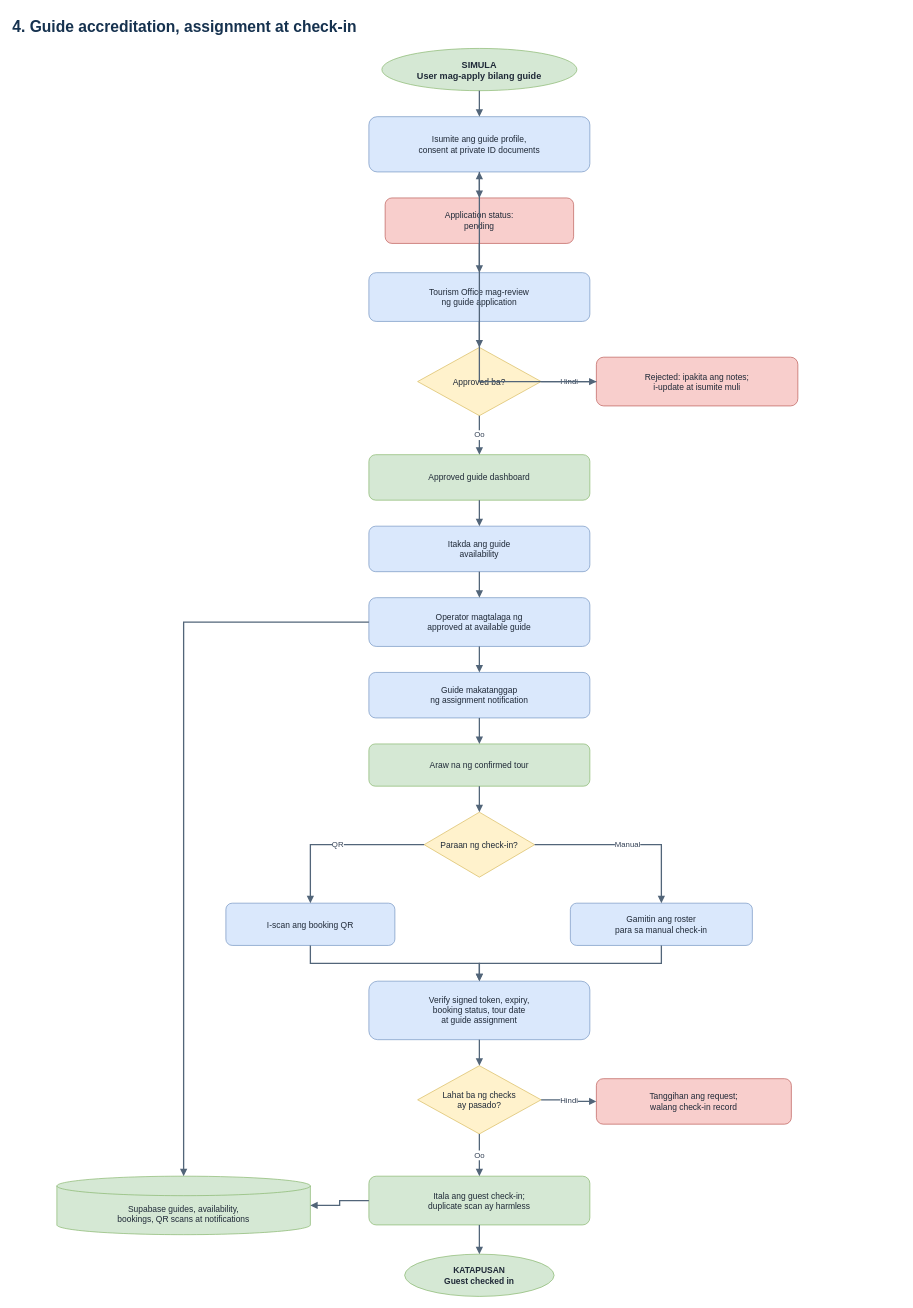
Earlier version of the draw.io diagram page "04 Guide Workflow" (4 of 6) of docs/CONNECT_DAET_SYSTEM_FLOWCHART.drawio (MarkBarrios19/daet-connect.ph). Source tidied: cells renumbered, new cells numbered last; positions are measured from the earlier drawing's top-left corner, leaving out a move shared by most shapes. Both pictures are drawn from the tidied source at 65%, with x=0, y=0 at pixel (11, 11).
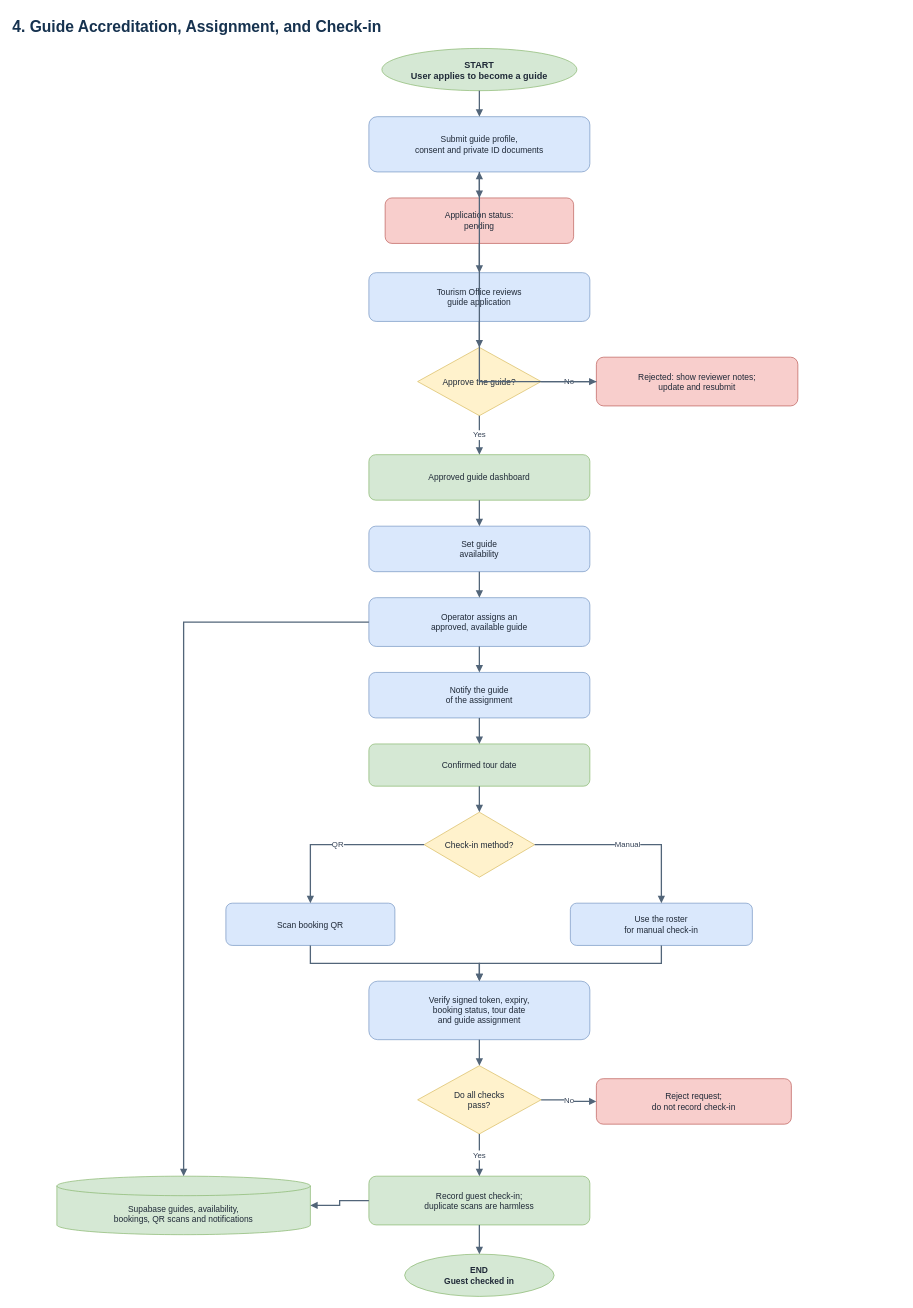
The same page after the edit.

The change refers to these unchanged cells:
```xml
<mxCell id="9" value="Approved guide dashboard" style="rounded=1;whiteSpace=wrap;html=1;fillColor=#d5e8d4;strokeColor=#82b366;fontColor=#1f2937;fontSize=13;align=center;verticalAlign=middle;spacing=8;" parent="1" vertex="1">
  <mxGeometry x="550" y="682" width="340" height="70" as="geometry" />
</mxCell>
```

What changed in the source:
```diff
@@
-    <mxCell id="2" value="4. Guide accreditation, assignment at check-in" style="text;html=1;align=left;verticalAlign=middle;fontSize=24;fontStyle=1;fontColor=#16324f;whiteSpace=wrap;" parent="1" vertex="1">
+    <mxCell id="2" value="4. Guide Accreditation, Assignment, and Check-in" style="text;html=1;align=left;verticalAlign=middle;fontSize=24;fontStyle=1;fontColor=#16324f;whiteSpace=wrap;" parent="1" vertex="1">
       <mxGeometry width="1370" height="48" as="geometry" />
     </mxCell>
-    <mxCell id="3" value="SIMULA&lt;br&gt;User mag-apply bilang guide" style="ellipse;whiteSpace=wrap;html=1;fillColor=#d5e8d4;strokeColor=#82b366;fontColor=#1f2937;fontSize=14;fontStyle=1;align=center;verticalAlign=middle;spacing=8;" parent="1" vertex="1">
+    <mxCell id="3" value="START&lt;br&gt;User applies to become a guide" style="ellipse;whiteSpace=wrap;html=1;fillColor=#d5e8d4;strokeColor=#82b366;fontColor=#1f2937;fontSize=14;fontStyle=1;align=center;verticalAlign=middle;spacing=8;" parent="1" vertex="1">
       <mxGeometry x="570" y="57" width="300" height="65" as="geometry" />
     </mxCell>
-    <mxCell id="4" value="Isumite ang guide profile,&lt;br&gt;consent at private ID documents" style="rounded=1;whiteSpace=wrap;html=1;fillColor=#dae8fc;strokeColor=#6c8ebf;fontColor=#1f2937;fontSize=13;align=center;verticalAlign=middle;spacing=8;" parent="1" vertex="1">
+    <mxCell id="4" value="Submit guide profile,&lt;br&gt;consent and private ID documents" style="rounded=1;whiteSpace=wrap;html=1;fillColor=#dae8fc;strokeColor=#6c8ebf;fontColor=#1f2937;fontSize=13;align=center;verticalAlign=middle;spacing=8;" parent="1" vertex="1">
       <mxGeometry x="550" y="162" width="340" height="85" as="geometry" />
     </mxCell>
@@
-    <mxCell id="6" value="Tourism Office mag-review&lt;br&gt;ng guide application" style="rounded=1;whiteSpace=wrap;html=1;fillColor=#dae8fc;strokeColor=#6c8ebf;fontColor=#1f2937;fontSize=13;align=center;verticalAlign=middle;spacing=8;" parent="1" vertex="1">
+    <mxCell id="6" value="Tourism Office reviews&lt;br&gt;guide application" style="rounded=1;whiteSpace=wrap;html=1;fillColor=#dae8fc;strokeColor=#6c8ebf;fontColor=#1f2937;fontSize=13;align=center;verticalAlign=middle;spacing=8;" parent="1" vertex="1">
       <mxGeometry x="550" y="402" width="340" height="75" as="geometry" />
     </mxCell>
-    <mxCell id="7" value="Approved ba?" style="rhombus;whiteSpace=wrap;html=1;fillColor=#fff2cc;strokeColor=#d6b656;fontColor=#1f2937;fontSize=13;align=center;verticalAlign=middle;spacing=6;" parent="1" vertex="1">
+    <mxCell id="7" value="Approve the guide?" style="rhombus;whiteSpace=wrap;html=1;fillColor=#fff2cc;strokeColor=#d6b656;fontColor=#1f2937;fontSize=13;align=center;verticalAlign=middle;spacing=6;" parent="1" vertex="1">
       <mxGeometry x="625" y="517" width="190" height="105" as="geometry" />
     </mxCell>
-    <mxCell id="8" value="Rejected: ipakita ang notes;&lt;br&gt;i-update at isumite muli" style="rounded=1;whiteSpace=wrap;html=1;fillColor=#f8cecc;strokeColor=#b85450;fontColor=#1f2937;fontSize=13;align=center;verticalAlign=middle;spacing=8;" parent="1" vertex="1">
+    <mxCell id="8" value="Rejected: show reviewer notes;&lt;br&gt;update and resubmit" style="rounded=1;whiteSpace=wrap;html=1;fillColor=#f8cecc;strokeColor=#b85450;fontColor=#1f2937;fontSize=13;align=center;verticalAlign=middle;spacing=8;" parent="1" vertex="1">
       <mxGeometry x="900" y="532" width="310" height="75" as="geometry" />
     </mxCell>
@@
-    <mxCell id="10" value="Itakda ang guide&lt;br&gt;availability" style="rounded=1;whiteSpace=wrap;html=1;fillColor=#dae8fc;strokeColor=#6c8ebf;fontColor=#1f2937;fontSize=13;align=center;verticalAlign=middle;spacing=8;" parent="1" vertex="1">
+    <mxCell id="10" value="Set guide&lt;br&gt;availability" style="rounded=1;whiteSpace=wrap;html=1;fillColor=#dae8fc;strokeColor=#6c8ebf;fontColor=#1f2937;fontSize=13;align=center;verticalAlign=middle;spacing=8;" parent="1" vertex="1">
       <mxGeometry x="550" y="792" width="340" height="70" as="geometry" />
     </mxCell>
-    <mxCell id="11" value="Operator magtalaga ng&lt;br&gt;approved at available guide" style="rounded=1;whiteSpace=wrap;html=1;fillColor=#dae8fc;strokeColor=#6c8ebf;fontColor=#1f2937;fontSize=13;align=center;verticalAlign=middle;spacing=8;" parent="1" vertex="1">
+    <mxCell id="11" value="Operator assigns an&lt;br&gt;approved, available guide" style="rounded=1;whiteSpace=wrap;html=1;fillColor=#dae8fc;strokeColor=#6c8ebf;fontColor=#1f2937;fontSize=13;align=center;verticalAlign=middle;spacing=8;" parent="1" vertex="1">
       <mxGeometry x="550" y="902" width="340" height="75" as="geometry" />
     </mxCell>
-    <mxCell id="12" value="Guide makatanggap&lt;br&gt;ng assignment notification" style="rounded=1;whiteSpace=wrap;html=1;fillColor=#dae8fc;strokeColor=#6c8ebf;fontColor=#1f2937;fontSize=13;align=center;verticalAlign=middle;spacing=8;" parent="1" vertex="1">
+    <mxCell id="12" value="Notify the guide&lt;br&gt;of the assignment" style="rounded=1;whiteSpace=wrap;html=1;fillColor=#dae8fc;strokeColor=#6c8ebf;fontColor=#1f2937;fontSize=13;align=center;verticalAlign=middle;spacing=8;" parent="1" vertex="1">
       <mxGeometry x="550" y="1017" width="340" height="70" as="geometry" />
     </mxCell>
-    <mxCell id="13" value="Araw na ng confirmed tour" style="rounded=1;whiteSpace=wrap;html=1;fillColor=#d5e8d4;strokeColor=#82b366;fontColor=#1f2937;fontSize=13;align=center;verticalAlign=middle;spacing=8;" parent="1" vertex="1">
+    <mxCell id="13" value="Confirmed tour date" style="rounded=1;whiteSpace=wrap;html=1;fillColor=#d5e8d4;strokeColor=#82b366;fontColor=#1f2937;fontSize=13;align=center;verticalAlign=middle;spacing=8;" parent="1" vertex="1">
       <mxGeometry x="550" y="1127" width="340" height="65" as="geometry" />
     </mxCell>
-    <mxCell id="14" value="Paraan ng check-in?" style="rhombus;whiteSpace=wrap;html=1;fillColor=#fff2cc;strokeColor=#d6b656;fontColor=#1f2937;fontSize=13;align=center;verticalAlign=middle;spacing=6;" parent="1" vertex="1">
+    <mxCell id="14" value="Check-in method?" style="rhombus;whiteSpace=wrap;html=1;fillColor=#fff2cc;strokeColor=#d6b656;fontColor=#1f2937;fontSize=13;align=center;verticalAlign=middle;spacing=6;" parent="1" vertex="1">
       <mxGeometry x="635" y="1232" width="170" height="100" as="geometry" />
     </mxCell>
-    <mxCell id="15" value="I-scan ang booking QR" style="rounded=1;whiteSpace=wrap;html=1;fillColor=#dae8fc;strokeColor=#6c8ebf;fontColor=#1f2937;fontSize=13;align=center;verticalAlign=middle;spacing=8;" parent="1" vertex="1">
+    <mxCell id="15" value="Scan booking QR" style="rounded=1;whiteSpace=wrap;html=1;fillColor=#dae8fc;strokeColor=#6c8ebf;fontColor=#1f2937;fontSize=13;align=center;verticalAlign=middle;spacing=8;" parent="1" vertex="1">
       <mxGeometry x="330" y="1372" width="260" height="65" as="geometry" />
     </mxCell>
-    <mxCell id="16" value="Gamitin ang roster&lt;br&gt;para sa manual check-in" style="rounded=1;whiteSpace=wrap;html=1;fillColor=#dae8fc;strokeColor=#6c8ebf;fontColor=#1f2937;fontSize=13;align=center;verticalAlign=middle;spacing=8;" parent="1" vertex="1">
+    <mxCell id="16" value="Use the roster&lt;br&gt;for manual check-in" style="rounded=1;whiteSpace=wrap;html=1;fillColor=#dae8fc;strokeColor=#6c8ebf;fontColor=#1f2937;fontSize=13;align=center;verticalAlign=middle;spacing=8;" parent="1" vertex="1">
       <mxGeometry x="860" y="1372" width="280" height="65" as="geometry" />
     </mxCell>
-    <mxCell id="17" value="Verify signed token, expiry,&lt;br&gt;booking status, tour date&lt;br&gt;at guide assignment" style="rounded=1;whiteSpace=wrap;html=1;fillColor=#dae8fc;strokeColor=#6c8ebf;fontColor=#1f2937;fontSize=13;align=center;verticalAlign=middle;spacing=8;" parent="1" vertex="1">
+    <mxCell id="17" value="Verify signed token, expiry,&lt;br&gt;booking status, tour date&lt;br&gt;and guide assignment" style="rounded=1;whiteSpace=wrap;html=1;fillColor=#dae8fc;strokeColor=#6c8ebf;fontColor=#1f2937;fontSize=13;align=center;verticalAlign=middle;spacing=8;" parent="1" vertex="1">
       <mxGeometry x="550" y="1492" width="340" height="90" as="geometry" />
     </mxCell>
-    <mxCell id="18" value="Lahat ba ng checks&lt;br&gt;ay pasado?" style="rhombus;whiteSpace=wrap;html=1;fillColor=#fff2cc;strokeColor=#d6b656;fontColor=#1f2937;fontSize=13;align=center;verticalAlign=middle;spacing=6;" parent="1" vertex="1">
+    <mxCell id="18" value="Do all checks&lt;br&gt;pass?" style="rhombus;whiteSpace=wrap;html=1;fillColor=#fff2cc;strokeColor=#d6b656;fontColor=#1f2937;fontSize=13;align=center;verticalAlign=middle;spacing=6;" parent="1" vertex="1">
       <mxGeometry x="625" y="1622" width="190" height="105" as="geometry" />
     </mxCell>
-    <mxCell id="19" value="Tanggihan ang request;&lt;br&gt;walang check-in record" style="rounded=1;whiteSpace=wrap;html=1;fillColor=#f8cecc;strokeColor=#b85450;fontColor=#1f2937;fontSize=13;align=center;verticalAlign=middle;spacing=8;" parent="1" vertex="1">
+    <mxCell id="19" value="Reject request;&lt;br&gt;do not record check-in" style="rounded=1;whiteSpace=wrap;html=1;fillColor=#f8cecc;strokeColor=#b85450;fontColor=#1f2937;fontSize=13;align=center;verticalAlign=middle;spacing=8;" parent="1" vertex="1">
       <mxGeometry x="900" y="1642" width="300" height="70" as="geometry" />
     </mxCell>
-    <mxCell id="20" value="Itala ang guest check-in;&lt;br&gt;duplicate scan ay harmless" style="rounded=1;whiteSpace=wrap;html=1;fillColor=#d5e8d4;strokeColor=#82b366;fontColor=#1f2937;fontSize=13;align=center;verticalAlign=middle;spacing=8;" parent="1" vertex="1">
+    <mxCell id="20" value="Record guest check-in;&lt;br&gt;duplicate scans are harmless" style="rounded=1;whiteSpace=wrap;html=1;fillColor=#d5e8d4;strokeColor=#82b366;fontColor=#1f2937;fontSize=13;align=center;verticalAlign=middle;spacing=8;" parent="1" vertex="1">
       <mxGeometry x="550" y="1792" width="340" height="75" as="geometry" />
     </mxCell>
-    <mxCell id="21" value="KATAPUSAN&lt;br&gt;Guest checked in" style="ellipse;whiteSpace=wrap;html=1;fillColor=#d5e8d4;strokeColor=#82b366;fontColor=#1f2937;fontSize=13;fontStyle=1;align=center;verticalAlign=middle;spacing=8;" parent="1" vertex="1">
+    <mxCell id="21" value="END&lt;br&gt;Guest checked in" style="ellipse;whiteSpace=wrap;html=1;fillColor=#d5e8d4;strokeColor=#82b366;fontColor=#1f2937;fontSize=13;fontStyle=1;align=center;verticalAlign=middle;spacing=8;" parent="1" vertex="1">
       <mxGeometry x="605" y="1912" width="230" height="65" as="geometry" />
     </mxCell>
-    <mxCell id="22" value="Supabase guides, availability,&lt;br&gt;bookings, QR scans at notifications" style="shape=cylinder3;whiteSpace=wrap;html=1;boundedLbl=1;backgroundOutline=1;size=15;fillColor=#d5e8d4;strokeColor=#82b366;fontColor=#1f2937;fontSize=13;align=center;verticalAlign=middle;spacing=8;" parent="1" vertex="1">
+    <mxCell id="22" value="Supabase guides, availability,&lt;br&gt;bookings, QR scans and notifications" style="shape=cylinder3;whiteSpace=wrap;html=1;boundedLbl=1;backgroundOutline=1;size=15;fillColor=#d5e8d4;strokeColor=#82b366;fontColor=#1f2937;fontSize=13;align=center;verticalAlign=middle;spacing=8;" parent="1" vertex="1">
       <mxGeometry x="70" y="1792" width="390" height="90" as="geometry" />
     </mxCell>
@@
-    <mxCell id="27" value="Hindi" style="edgeStyle=orthogonalEdgeStyle;rounded=0;jettySize=auto;html=1;endArrow=block;endFill=1;strokeColor=#526579;strokeWidth=2;fontColor=#334155;fontSize=12;labelBackgroundColor=#ffffff;" parent="1" edge="1" source="7" target="8">
+    <mxCell id="27" value="No" style="edgeStyle=orthogonalEdgeStyle;rounded=0;jettySize=auto;html=1;endArrow=block;endFill=1;strokeColor=#526579;strokeWidth=2;fontColor=#334155;fontSize=12;labelBackgroundColor=#ffffff;" parent="1" edge="1" source="7" target="8">
       <mxGeometry relative="1" as="geometry" />
     </mxCell>
@@
-    <mxCell id="29" value="Oo" style="edgeStyle=orthogonalEdgeStyle;rounded=0;jettySize=auto;html=1;endArrow=block;endFill=1;strokeColor=#526579;strokeWidth=2;fontColor=#334155;fontSize=12;labelBackgroundColor=#ffffff;" parent="1" edge="1" source="7" target="9">
+    <mxCell id="29" value="Yes" style="edgeStyle=orthogonalEdgeStyle;rounded=0;jettySize=auto;html=1;endArrow=block;endFill=1;strokeColor=#526579;strokeWidth=2;fontColor=#334155;fontSize=12;labelBackgroundColor=#ffffff;" parent="1" edge="1" source="7" target="9">
       <mxGeometry relative="1" as="geometry" />
     </mxCell>
@@
-    <mxCell id="40" value="Hindi" style="edgeStyle=orthogonalEdgeStyle;rounded=0;jettySize=auto;html=1;endArrow=block;endFill=1;strokeColor=#526579;strokeWidth=2;fontColor=#334155;fontSize=12;labelBackgroundColor=#ffffff;" parent="1" edge="1" source="18" target="19">
+    <mxCell id="40" value="No" style="edgeStyle=orthogonalEdgeStyle;rounded=0;jettySize=auto;html=1;endArrow=block;endFill=1;strokeColor=#526579;strokeWidth=2;fontColor=#334155;fontSize=12;labelBackgroundColor=#ffffff;" parent="1" edge="1" source="18" target="19">
       <mxGeometry relative="1" as="geometry" />
     </mxCell>
-    <mxCell id="41" value="Oo" style="edgeStyle=orthogonalEdgeStyle;rounded=0;jettySize=auto;html=1;endArrow=block;endFill=1;strokeColor=#526579;strokeWidth=2;fontColor=#334155;fontSize=12;labelBackgroundColor=#ffffff;" parent="1" edge="1" source="18" target="20">
+    <mxCell id="41" value="Yes" style="edgeStyle=orthogonalEdgeStyle;rounded=0;jettySize=auto;html=1;endArrow=block;endFill=1;strokeColor=#526579;strokeWidth=2;fontColor=#334155;fontSize=12;labelBackgroundColor=#ffffff;" parent="1" edge="1" source="18" target="20">
       <mxGeometry relative="1" as="geometry" />
     </mxCell>
```
